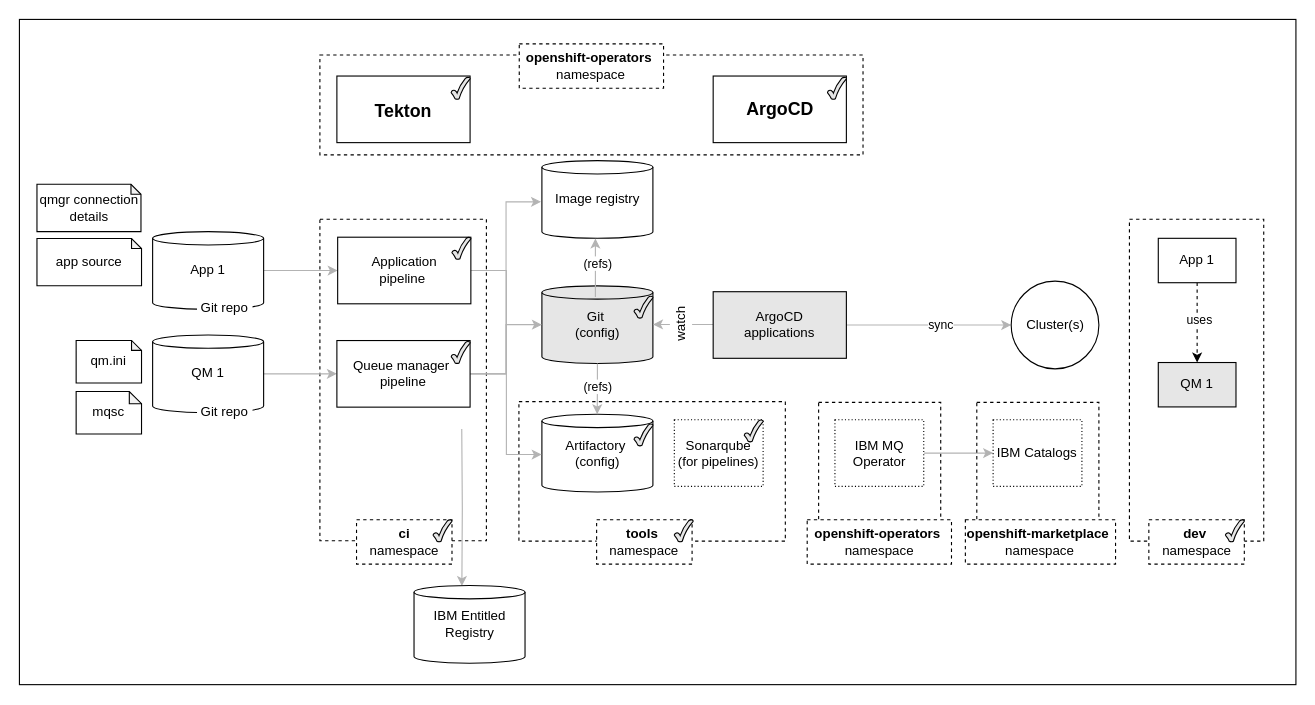
Above: guides/cp4i/mq/qmgr-pipeline/images/mq-cicd6.drawio in IBM/production-gitops (draw.io), before the change. Source tidied: cells renumbered, new cells numbered last; positions are measured from the earlier drawing's top-left corner, leaving out a move shared by most shapes. Both pictures are drawn from the tidied source at 111%, with x=0, y=0 at pixel (19, 19).
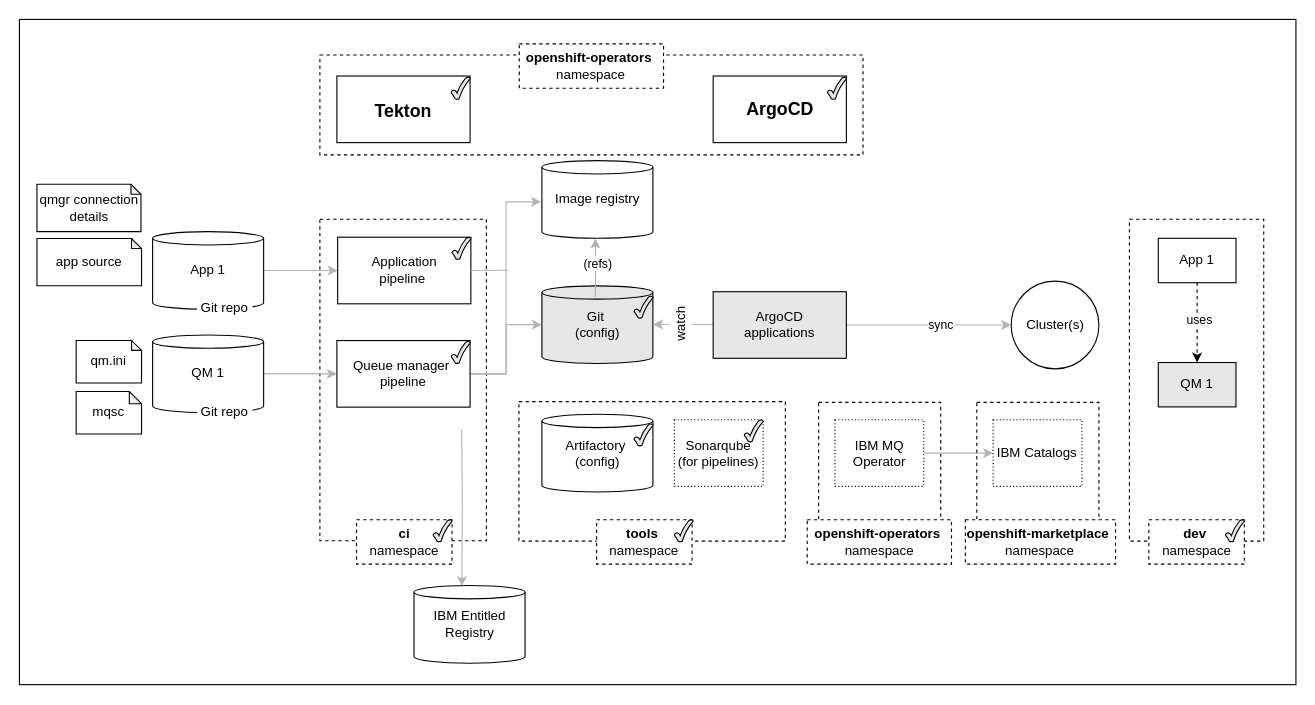
The same diagram, later.

The change refers to these unchanged cells:
```xml
<mxCell id="11" value="Git&amp;nbsp;&lt;br&gt;(config)" style="shape=cylinder2;whiteSpace=wrap;html=1;boundedLbl=1;backgroundOutline=1;size=6.000000000000227;strokeWidth=1;fontSize=12;fontColor=#000000;fillColor=#E6E6E6;" parent="1" vertex="1">
  <mxGeometry x="470.7" y="240" width="100" height="70" as="geometry" />
</mxCell>
<mxCell id="20" value="Artifactory&amp;nbsp;&lt;br&gt;(config)" style="shape=cylinder2;whiteSpace=wrap;html=1;boundedLbl=1;backgroundOutline=1;size=6.000000000000227;strokeWidth=1;fontSize=12;fontColor=#000000;labelBackgroundColor=none;fillColor=none;" parent="1" vertex="1">
  <mxGeometry x="470.7" y="355.7" width="100" height="70" as="geometry" />
</mxCell>
<mxCell id="37" value="Application &lt;br&gt;pipeline&amp;nbsp;" style="rounded=0;whiteSpace=wrap;html=1;strokeWidth=1;fontSize=12;fontColor=#000000;fillColor=none;" parent="1" vertex="1">
  <mxGeometry x="286.7" y="196.2" width="120" height="60" as="geometry" />
</mxCell>
```

The edit, as a diff of the source:
```diff
@@
-    <mxCell id="21" style="edgeStyle=orthogonalEdgeStyle;rounded=0;jettySize=auto;html=1;startArrow=none;endArrow=classic;strokeColor=#B3B3B3;fontFamily=Helvetica;fontColor=#000000;entryX=-0.002;entryY=0.518;entryDx=0;entryDy=0;entryPerimeter=0;fontSize=12;exitX=1;exitY=0.5;exitDx=0;exitDy=0;" parent="1" edge="1" source="37" target="20">
-      <mxGeometry relative="1" as="geometry" />
-    </mxCell>
-    <mxCell id="22" style="edgeStyle=orthogonalEdgeStyle;rounded=0;jettySize=auto;html=1;startArrow=none;endArrow=classic;strokeColor=#B3B3B3;fontFamily=Helvetica;fontColor=#000000;fontSize=12;endFill=1;entryX=0.498;entryY=0;entryDx=0;entryDy=0;entryPerimeter=0;" parent="1" edge="1" source="11" target="20">
-      <mxGeometry relative="1" as="geometry" />
-    </mxCell>
-    <mxCell id="23" value="&amp;nbsp;(refs)&amp;nbsp;" style="edgeLabel;html=1;align=center;verticalAlign=middle;fontFamily=Helvetica;fontColor=#000000;" parent="22" vertex="1">
-      <mxGeometry x="0.66" relative="1" as="geometry">
-        <mxPoint x="0.2" y="-17.2" as="offset" />
-      </mxGeometry>
-    </mxCell>
@@
+    <mxCell id="67" style="endArrow=none;html=1;rounded=0;exitX=1;exitY=0.5;exitDx=0;exitDy=0;strokeColor=#B3B3B3;" parent="1" edge="1" source="37">
+      <mxGeometry relative="1" as="geometry">
+        <mxPoint x="440" y="226" as="targetPoint" />
+      </mxGeometry>
+    </mxCell>
```
